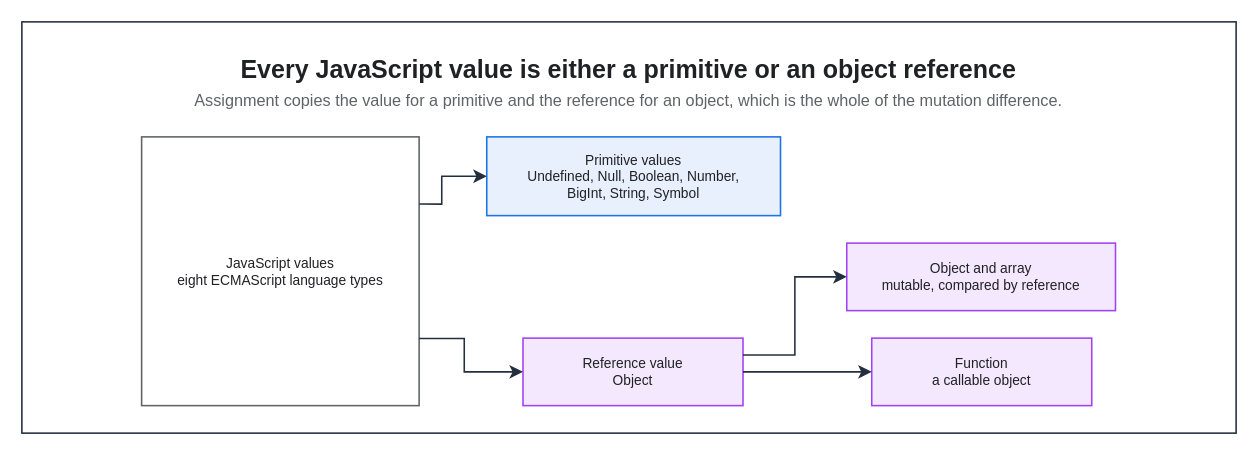
This is assets/img/javascript/javascript-data-type-model.drawio from KKamJi98/kkamji98.github.io, a draw.io file, before an edit. Source tidied: cells renumbered, new cells numbered last; positions are measured from the earlier drawing's top-left corner, leaving out a move shared by most shapes. Both pictures are drawn from the tidied source at 125%, with x=0, y=0 at pixel (21, 21).
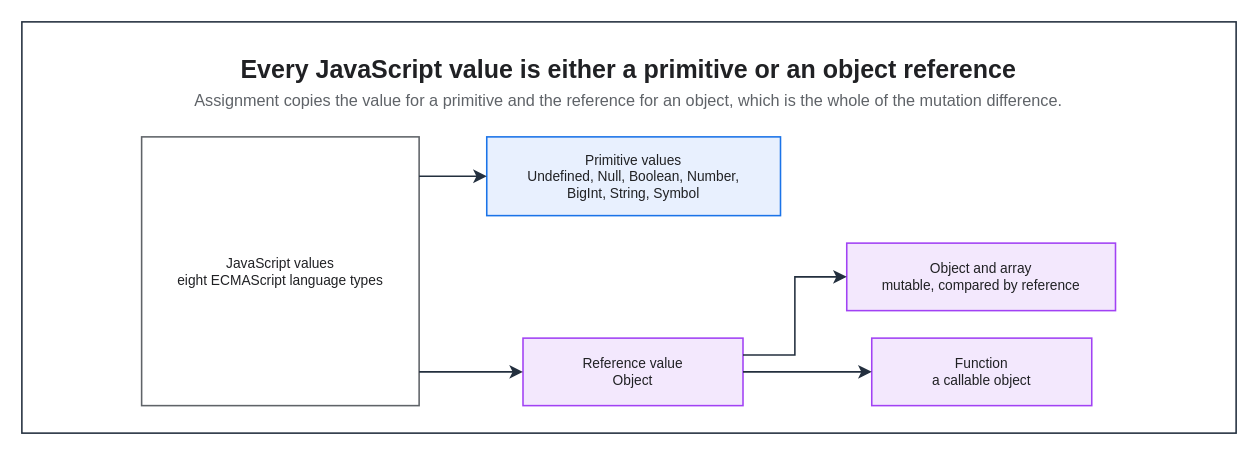
Above is the later version.

What changed in the source:
```diff
@@
 <mxGraphModel background="#FFFFFF">
   <root>
     <mxCell id="0" />
     <mxCell id="1" parent="0" />
     <mxCell id="2" style="rounded=0;html=0;fillColor=none;strokeColor=#232F3E;fontColor=#202124;strokeWidth=1.25;" parent="1" vertex="1">
       <mxGeometry width="971.4" height="329" as="geometry" />
     </mxCell>
     <mxCell id="3" value="Every JavaScript value is either a primitive or an object reference" style="text;html=0;whiteSpace=wrap;fillColor=none;strokeColor=none;fontColor=#202124;fontSize=20;fontStyle=1;align=center;verticalAlign=middle;" parent="1" vertex="1">
       <mxGeometry x="22" y="22" width="927.4" height="30" as="geometry" />
     </mxCell>
     <mxCell id="4" value="Assignment copies the value for a primitive and the reference for an object, which is the whole of the mutation difference." style="text;html=0;whiteSpace=wrap;fillColor=none;strokeColor=none;fontColor=#5F6368;fontSize=13;fontStyle=0;align=center;verticalAlign=middle;" parent="1" vertex="1">
       <mxGeometry x="22" y="52" width="927.4" height="22" as="geometry" />
     </mxCell>
     <mxCell id="5" value="JavaScript values&#10;eight ECMAScript language types" style="rounded=0;whiteSpace=wrap;html=0;fillColor=#FFFFFF;strokeColor=#5F6368;fontColor=#202124;fontSize=11;fontStyle=0;align=center;verticalAlign=middle;spacingLeft=6;spacingRight=6;strokeWidth=1.25;" parent="1" vertex="1">
       <mxGeometry x="95.8" y="92" width="222" height="215" as="geometry" />
     </mxCell>
     <mxCell id="6" value="Primitive values&#10;Undefined, Null, Boolean, Number,&#10;BigInt, String, Symbol" style="rounded=0;whiteSpace=wrap;html=0;fillColor=#E8F0FE;strokeColor=#1A73E8;fontColor=#202124;fontSize=11;fontStyle=0;align=center;verticalAlign=middle;spacingLeft=6;spacingRight=6;strokeWidth=1.25;" parent="1" vertex="1">
       <mxGeometry x="371.9" y="92" width="235" height="63" as="geometry" />
     </mxCell>
     <mxCell id="7" value="Reference value&#10;Object" style="rounded=0;whiteSpace=wrap;html=0;fillColor=#F3E8FD;strokeColor=#A142F4;fontColor=#202124;fontSize=11;fontStyle=0;align=center;verticalAlign=middle;spacingLeft=6;spacingRight=6;strokeWidth=1.25;" parent="1" vertex="1">
       <mxGeometry x="400.9" y="253" width="176" height="54" as="geometry" />
     </mxCell>
     <mxCell id="8" value="Object and array&#10;mutable, compared by reference" style="rounded=0;whiteSpace=wrap;html=0;fillColor=#F3E8FD;strokeColor=#A142F4;fontColor=#202124;fontSize=11;fontStyle=0;align=center;verticalAlign=middle;spacingLeft=6;spacingRight=6;strokeWidth=1.25;" parent="1" vertex="1">
       <mxGeometry x="659.9" y="177" width="215" height="54" as="geometry" />
     </mxCell>
     <mxCell id="9" value="Function&#10;a callable object" style="rounded=0;whiteSpace=wrap;html=0;fillColor=#F3E8FD;strokeColor=#A142F4;fontColor=#202124;fontSize=11;fontStyle=0;align=center;verticalAlign=middle;spacingLeft=6;spacingRight=6;strokeWidth=1.25;" parent="1" vertex="1">
       <mxGeometry x="679.9" y="253" width="176" height="54" as="geometry" />
     </mxCell>
-    <mxCell id="10" style="edgeStyle=orthogonalEdgeStyle;rounded=0;html=0;strokeColor=#232F3E;strokeWidth=1.25;endArrow=classic;endFill=1;endSize=7;fontSize=11;fontColor=#202124;labelBackgroundColor=none;jettySize=14;exitX=1;exitY=0.25;entryX=0;entryY=0.5;exitDx=0;exitDy=0;entryDx=0;entryDy=0;" parent="1" edge="1" source="5" target="6">
-      <mxGeometry relative="1" as="geometry">
-        <Array as="points">
-          <mxPoint x="335.9" y="145.8" />
-          <mxPoint x="335.9" y="123.5" />
-        </Array>
-      </mxGeometry>
+    <mxCell id="10" style="edgeStyle=orthogonalEdgeStyle;rounded=0;html=0;strokeColor=#232F3E;strokeWidth=1.25;endArrow=classic;endFill=1;endSize=7;fontSize=11;fontColor=#202124;labelBackgroundColor=none;jettySize=14;exitX=1;exitY=0.1465;entryX=0;entryY=0.5;exitDx=0;exitDy=0;entryDx=0;entryDy=0;" parent="1" edge="1" source="5" target="6">
+      <mxGeometry relative="1" as="geometry" />
     </mxCell>
-    <mxCell id="11" style="edgeStyle=orthogonalEdgeStyle;rounded=0;html=0;strokeColor=#232F3E;strokeWidth=1.25;endArrow=classic;endFill=1;endSize=7;fontSize=11;fontColor=#202124;labelBackgroundColor=none;jettySize=14;exitX=1;exitY=0.75;entryX=0;entryY=0.5;exitDx=0;exitDy=0;entryDx=0;entryDy=0;" parent="1" edge="1" source="5" target="7">
-      <mxGeometry relative="1" as="geometry">
-        <Array as="points">
-          <mxPoint x="353.9" y="253.2" />
-          <mxPoint x="353.9" y="280" />
-        </Array>
-      </mxGeometry>
+    <mxCell id="11" style="edgeStyle=orthogonalEdgeStyle;rounded=0;html=0;strokeColor=#232F3E;strokeWidth=1.25;endArrow=classic;endFill=1;endSize=7;fontSize=11;fontColor=#202124;labelBackgroundColor=none;jettySize=14;exitX=1;exitY=0.8744;entryX=0;entryY=0.5;exitDx=0;exitDy=0;entryDx=0;entryDy=0;" parent="1" edge="1" source="5" target="7">
+      <mxGeometry relative="1" as="geometry" />
     </mxCell>
     <mxCell id="12" style="edgeStyle=orthogonalEdgeStyle;rounded=0;html=0;strokeColor=#232F3E;strokeWidth=1.25;endArrow=classic;endFill=1;endSize=7;fontSize=11;fontColor=#202124;labelBackgroundColor=none;jettySize=14;exitX=1;exitY=0.25;entryX=0;entryY=0.5;exitDx=0;exitDy=0;entryDx=0;entryDy=0;" parent="1" edge="1" source="7" target="8">
       <mxGeometry relative="1" as="geometry">
         <Array as="points">
           <mxPoint x="618.4" y="266.5" />
           <mxPoint x="618.4" y="204" />
         </Array>
       </mxGeometry>
     </mxCell>
     <mxCell id="13" style="edgeStyle=orthogonalEdgeStyle;rounded=0;html=0;strokeColor=#232F3E;strokeWidth=1.25;endArrow=classic;endFill=1;endSize=7;fontSize=11;fontColor=#202124;labelBackgroundColor=none;jettySize=14;exitX=1;exitY=0.5;entryX=0;entryY=0.5;exitDx=0;exitDy=0;entryDx=0;entryDy=0;" parent="1" edge="1" source="7" target="9">
       <mxGeometry relative="1" as="geometry" />
     </mxCell>
   </root>
 </mxGraphModel>
```
